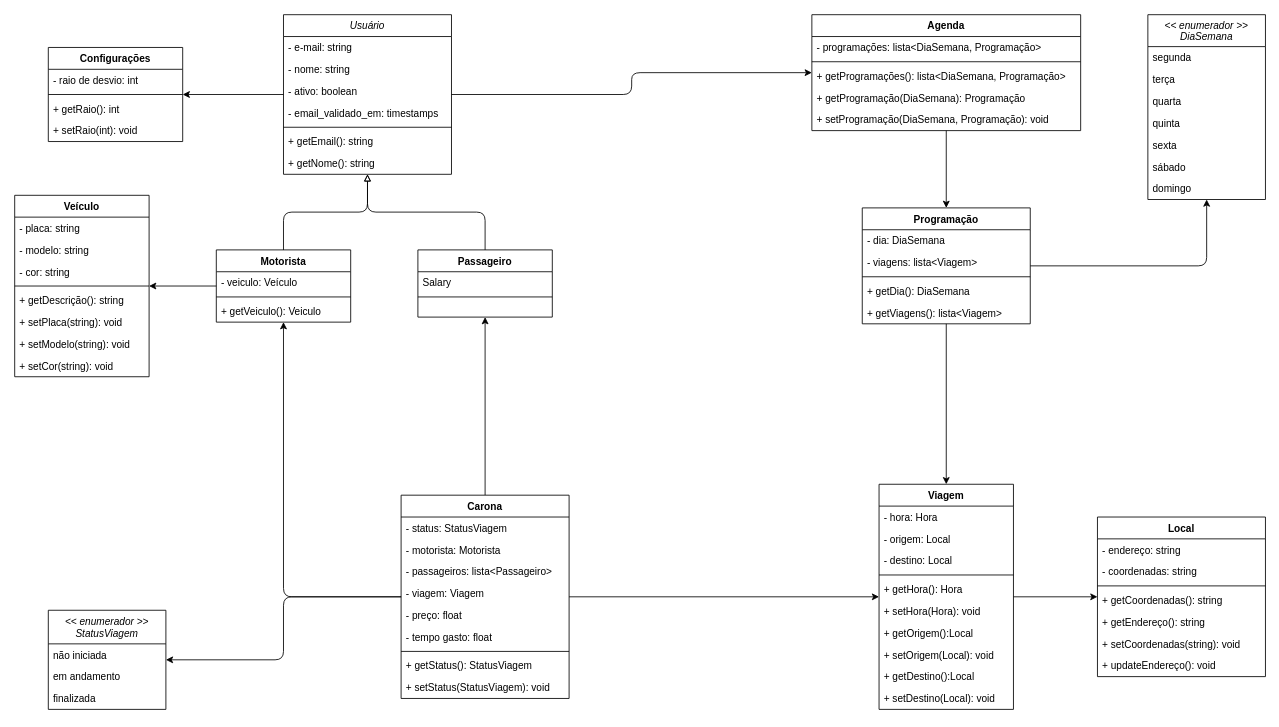
The draw.io diagram page "diagrama de classe" (4 of 4) of Documentation/Diagrams/projeto.drawio in gustavo-spec/design-de-software-unicaronas, before the edit. Source tidied: cells renumbered, new cells numbered last; positions are measured from the earlier drawing's top-left corner, leaving out a move shared by most shapes. Both pictures are drawn from the tidied source at 84%, with x=0, y=0 at pixel (14, 14).
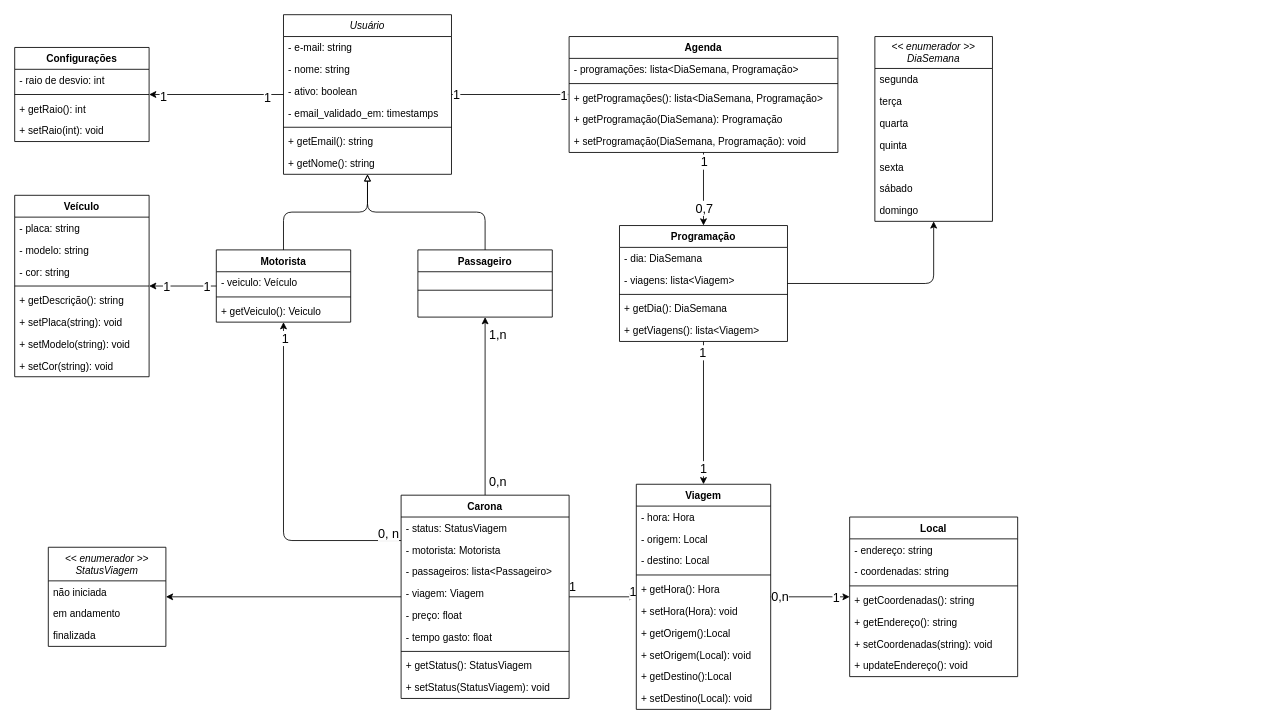
Above is the later version.

The change refers to these unchanged cells:
```xml
<mxCell id="2" style="rounded=1;jettySize=auto;html=1;fontFamily=Helvetica;fontSize=12;fontColor=default;elbow=vertical;edgeStyle=orthogonalEdgeStyle;" parent="1" edge="1" source="3" target="34">
  <mxGeometry relative="1" as="geometry" />
</mxCell>
<mxCell id="3" value="Motorista" style="swimlane;fontStyle=1;align=center;verticalAlign=top;horizontal=1;startSize=26;rounded=0;shadow=0;strokeWidth=1;" parent="1" vertex="1">
  <mxGeometry x="240" y="280" width="160" height="86" as="geometry" />
</mxCell>
<mxCell id="7" style="rounded=1;jettySize=auto;html=1;fontFamily=Helvetica;fontSize=12;fontColor=default;elbow=vertical;edgeStyle=orthogonalEdgeStyle;" parent="1" edge="1" source="9" target="44">
  <mxGeometry relative="1" as="geometry" />
</mxCell>
<mxCell id="8" style="rounded=1;jettySize=auto;html=1;fontFamily=Helvetica;fontSize=12;fontColor=default;edgeStyle=orthogonalEdgeStyle;" parent="1" edge="1" source="9" target="80">
  <mxGeometry relative="1" as="geometry" />
</mxCell>
<mxCell id="18" value="Passageiro" style="swimlane;fontStyle=1;align=center;verticalAlign=top;horizontal=1;startSize=26;rounded=0;shadow=0;strokeWidth=1;" parent="1" vertex="1">
  <mxGeometry x="480" y="280" width="160" height="80" as="geometry" />
</mxCell>
<mxCell id="22" style="rounded=1;jettySize=auto;html=1;fontFamily=Helvetica;fontSize=12;fontColor=default;elbow=vertical;edgeStyle=orthogonalEdgeStyle;strokeColor=default;" parent="1" edge="1" source="24" target="18">
  <mxGeometry relative="1" as="geometry" />
</mxCell>
<mxCell id="23" style="rounded=1;jettySize=auto;html=1;fontFamily=Helvetica;fontSize=12;fontColor=default;elbow=vertical;edgeStyle=orthogonalEdgeStyle;" parent="1" edge="1" source="24" target="86">
  <mxGeometry relative="1" as="geometry" />
</mxCell>
<mxCell id="24" value="Carona" style="swimlane;fontStyle=1;align=center;verticalAlign=top;horizontal=1;startSize=26;rounded=0;shadow=0;strokeWidth=1;" parent="1" vertex="1">
  <mxGeometry x="460" y="572" width="200" height="242" as="geometry" />
</mxCell>
<mxCell id="43" style="rounded=1;jettySize=auto;html=1;fontFamily=Helvetica;fontSize=12;fontColor=default;elbow=vertical;edgeStyle=orthogonalEdgeStyle;" parent="1" edge="1" source="44" target="51">
  <mxGeometry relative="1" as="geometry" />
</mxCell>
<mxCell id="50" style="rounded=1;jettySize=auto;html=1;fontFamily=Helvetica;fontSize=12;fontColor=default;elbow=vertical;edgeStyle=orthogonalEdgeStyle;" parent="1" edge="1" source="51" target="86">
  <mxGeometry relative="1" as="geometry" />
</mxCell>
<mxCell id="85" style="rounded=1;jettySize=auto;html=1;fontFamily=Helvetica;fontSize=12;fontColor=default;elbow=vertical;edgeStyle=orthogonalEdgeStyle;" parent="1" edge="1" source="86" target="72">
  <mxGeometry relative="1" as="geometry" />
</mxCell>
```

Diff of the diagram source:
```diff
@@
+    <mxCell id="97" value="1" style="edgeLabel;html=1;align=center;verticalAlign=middle;fontSize=15;" parent="2" vertex="1">
+      <mxGeometry x="0.7" y="-1" relative="1" as="geometry">
+        <mxPoint x="8" y="1" as="offset" />
+      </mxGeometry>
+    </mxCell>
+    <mxCell id="98" value="1" style="edgeLabel;html=1;align=center;verticalAlign=middle;fontSize=15;" parent="2" vertex="1">
+      <mxGeometry x="-0.69" relative="1" as="geometry" />
+    </mxCell>
@@
+    <mxCell id="99" value="1" style="edgeLabel;html=1;align=center;verticalAlign=middle;fontSize=15;" parent="7" vertex="1">
+      <mxGeometry x="0.9" relative="1" as="geometry" />
+    </mxCell>
+    <mxCell id="100" value="1" style="edgeLabel;html=1;align=center;verticalAlign=middle;fontSize=15;" parent="7" vertex="1">
+      <mxGeometry x="-0.93" y="1" relative="1" as="geometry" />
+    </mxCell>
@@
+    <mxCell id="101" value="1" style="edgeLabel;html=1;align=center;verticalAlign=middle;fontSize=15;" parent="8" vertex="1">
+      <mxGeometry x="0.8" y="1" relative="1" as="geometry" />
+    </mxCell>
+    <mxCell id="102" value="1" style="edgeLabel;html=1;align=center;verticalAlign=middle;fontSize=15;" parent="8" vertex="1">
+      <mxGeometry x="-0.75" y="2" relative="1" as="geometry" />
+    </mxCell>
@@
-    <mxCell id="19" value="Salary" style="text;align=left;verticalAlign=top;spacingLeft=4;spacingRight=4;overflow=hidden;" parent="18" vertex="1">
-      <mxGeometry y="26" width="160" height="26" as="geometry" />
-    </mxCell>
     <mxCell id="20" style="line;html=1;strokeWidth=1;align=left;verticalAlign=middle;spacingTop=-1;spacingLeft=3;spacingRight=3;labelPosition=right;" parent="18" vertex="1">
-      <mxGeometry y="52" width="160" height="8" as="geometry" />
+      <mxGeometry y="26" width="160" height="44" as="geometry" />
     </mxCell>
@@
+    <mxCell id="103" value="1,n" style="edgeLabel;html=1;align=center;verticalAlign=middle;fontSize=15;" parent="22" vertex="1">
+      <mxGeometry x="0.82" y="-1" relative="1" as="geometry">
+        <mxPoint x="13" as="offset" />
+      </mxGeometry>
+    </mxCell>
+    <mxCell id="104" value="0,n" style="edgeLabel;html=1;align=center;verticalAlign=middle;fontSize=15;" parent="22" vertex="1">
+      <mxGeometry x="-0.88" y="-1" relative="1" as="geometry">
+        <mxPoint x="13" y="-4" as="offset" />
+      </mxGeometry>
+    </mxCell>
@@
+    <mxCell id="105" value="1" style="edgeLabel;html=1;align=center;verticalAlign=middle;fontSize=15;" parent="23" vertex="1">
+      <mxGeometry x="-0.93" relative="1" as="geometry">
+        <mxPoint y="-13" as="offset" />
+      </mxGeometry>
+    </mxCell>
+    <mxCell id="106" value="1" style="edgeLabel;html=1;align=center;verticalAlign=middle;fontSize=15;" parent="23" vertex="1">
+      <mxGeometry x="0.87" y="-1" relative="1" as="geometry">
+        <mxPoint y="-8" as="offset" />
+      </mxGeometry>
+    </mxCell>
@@
+    <mxCell id="107" value="0,7" style="edgeLabel;html=1;align=center;verticalAlign=middle;fontSize=15;" parent="43" vertex="1">
+      <mxGeometry x="0.67" y="2" relative="1" as="geometry">
+        <mxPoint x="-2" y="-8" as="offset" />
+      </mxGeometry>
+    </mxCell>
+    <mxCell id="108" value="1" style="edgeLabel;html=1;align=center;verticalAlign=middle;fontSize=15;" parent="43" vertex="1">
+      <mxGeometry x="-0.78" relative="1" as="geometry" />
+    </mxCell>
     <mxCell id="44" value="Agenda" style="swimlane;fontStyle=1;align=center;verticalAlign=top;horizontal=1;startSize=26;rounded=0;strokeColor=default;fontFamily=Helvetica;fontSize=12;fontColor=default;fillColor=default;" parent="1" vertex="1">
-      <mxGeometry x="949" width="320" height="138" as="geometry" />
+      <mxGeometry x="660" y="26" width="320" height="138" as="geometry" />
     </mxCell>
@@
+    <mxCell id="109" value="1" style="edgeLabel;html=1;align=center;verticalAlign=middle;fontSize=15;" parent="50" vertex="1">
+      <mxGeometry x="0.77" y="-1" relative="1" as="geometry" />
+    </mxCell>
+    <mxCell id="110" value="1" style="edgeLabel;html=1;align=center;verticalAlign=middle;fontSize=15;" parent="50" vertex="1">
+      <mxGeometry x="-0.86" y="-2" relative="1" as="geometry" />
+    </mxCell>
     <mxCell id="51" value="Programação" style="swimlane;fontStyle=1;align=center;verticalAlign=top;horizontal=1;startSize=26;rounded=0;strokeColor=default;fontFamily=Helvetica;fontSize=12;fontColor=default;fillColor=default;" parent="1" vertex="1">
-      <mxGeometry x="1009" y="230" width="200" height="138" as="geometry" />
+      <mxGeometry x="720" y="251" width="200" height="138" as="geometry" />
     </mxCell>
@@
     <mxCell id="57" style="rounded=1;jettySize=auto;html=1;fontFamily=Helvetica;fontSize=12;fontColor=default;elbow=vertical;edgeStyle=orthogonalEdgeStyle;" parent="1" edge="1" source="24" target="3">
-      <mxGeometry relative="1" as="geometry" />
+      <mxGeometry relative="1" as="geometry">
+        <Array as="points">
+          <mxPoint x="320" y="626" />
+        </Array>
+      </mxGeometry>
     </mxCell>
+    <mxCell id="111" value="1" style="edgeLabel;html=1;align=center;verticalAlign=middle;fontSize=15;" parent="57" vertex="1">
+      <mxGeometry x="0.91" y="-1" relative="1" as="geometry" />
+    </mxCell>
+    <mxCell id="112" value="0, n" style="edgeLabel;html=1;align=center;verticalAlign=middle;fontSize=15;" parent="57" vertex="1">
+      <mxGeometry x="-0.93" y="-1" relative="1" as="geometry">
+        <mxPoint x="-2" y="-9" as="offset" />
+      </mxGeometry>
+    </mxCell>
     <mxCell id="58" value="&lt;&lt; enumerador &gt;&gt;&#10;StatusViagem" style="swimlane;fontStyle=2;horizontal=1;startSize=40;fillColor=none;rounded=0;strokeColor=default;fontFamily=Helvetica;fontSize=12;fontColor=default;" parent="1" vertex="1">
-      <mxGeometry x="40" y="709" width="140" height="118" as="geometry" />
+      <mxGeometry x="40" y="634" width="140" height="118" as="geometry" />
     </mxCell>
@@
     <mxCell id="63" value="&lt;&lt; enumerador &gt;&gt;&#10;DiaSemana" style="swimlane;fontStyle=2;horizontal=1;startSize=38;fillColor=none;rounded=0;strokeColor=default;fontFamily=Helvetica;fontSize=12;fontColor=default;" parent="1" vertex="1">
-      <mxGeometry x="1349" width="140" height="220" as="geometry" />
+      <mxGeometry x="1024" y="26" width="140" height="220" as="geometry" />
     </mxCell>
@@
     <mxCell id="72" value="Local" style="swimlane;fontStyle=1;align=center;verticalAlign=top;horizontal=1;startSize=26;rounded=0;strokeColor=default;fontFamily=Helvetica;fontSize=12;fontColor=default;fillColor=default;" parent="1" vertex="1">
-      <mxGeometry x="1289" y="598" width="200" height="190" as="geometry" />
+      <mxGeometry x="994" y="598" width="200" height="190" as="geometry" />
     </mxCell>
@@
     <mxCell id="80" value="Configurações" style="swimlane;fontStyle=1;align=center;verticalAlign=top;horizontal=1;startSize=26;rounded=0;strokeColor=default;fontFamily=Helvetica;fontSize=12;fontColor=default;fillColor=default;" parent="1" vertex="1">
-      <mxGeometry x="40" y="39" width="160" height="112" as="geometry" />
+      <mxGeometry y="39" width="160" height="112" as="geometry" />
     </mxCell>
@@
+    <mxCell id="113" value="1" style="edgeLabel;html=1;align=center;verticalAlign=middle;fontSize=15;" parent="85" vertex="1">
+      <mxGeometry x="0.63" relative="1" as="geometry" />
+    </mxCell>
+    <mxCell id="114" value="0,n" style="edgeLabel;html=1;align=center;verticalAlign=middle;fontSize=15;" parent="85" vertex="1">
+      <mxGeometry x="-0.79" y="1" relative="1" as="geometry" />
+    </mxCell>
     <mxCell id="86" value="Viagem" style="swimlane;fontStyle=1;align=center;verticalAlign=top;horizontal=1;startSize=26;rounded=0;strokeColor=default;fontFamily=Helvetica;fontSize=12;fontColor=default;fillColor=default;" parent="1" vertex="1">
-      <mxGeometry x="1029" y="559" width="160" height="268" as="geometry" />
+      <mxGeometry x="740" y="559" width="160" height="268" as="geometry" />
     </mxCell>
```
